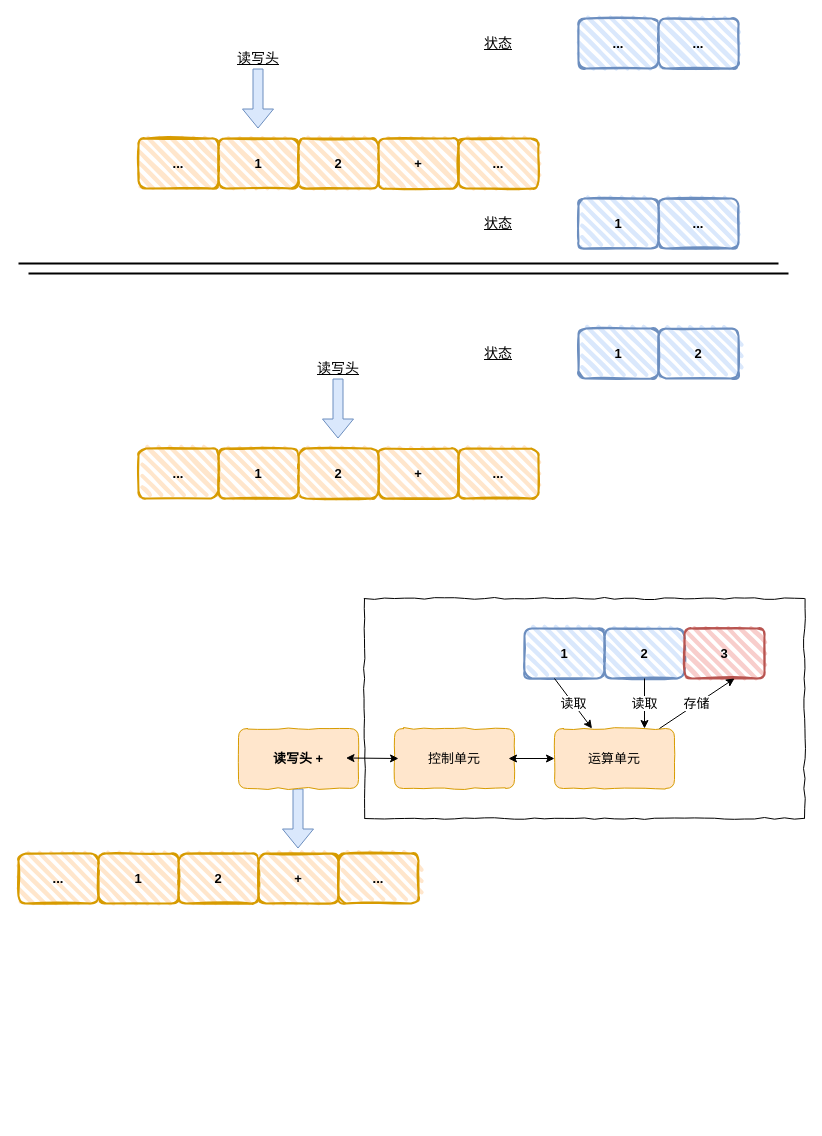
This is Untitled Diagram.drawio from TomatoAres/flow-charts, a draw.io file, before an edit. Source tidied: cells renumbered, new cells numbered last; positions are measured from the earlier drawing's top-left corner, leaving out a move shared by most shapes. Both pictures are drawn from the tidied source at 100%, with x=0, y=0 at pixel (18, 18).
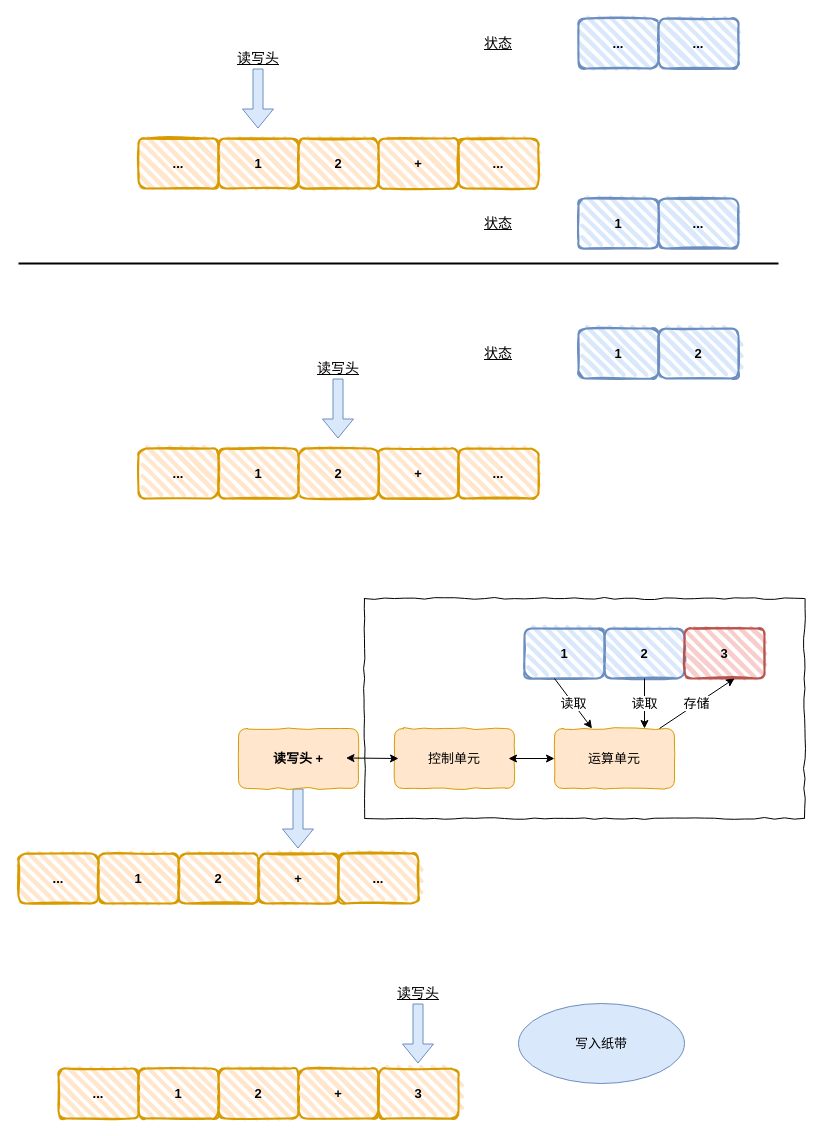
The same diagram, later.

Change to the diagram source:
```diff
@@
-    <mxCell id="34" style="line;strokeWidth=2;html=1;fontSize=13;" parent="1" vertex="1">
-      <mxGeometry x="10" y="250" width="760" height="10" as="geometry" />
-    </mxCell>
@@
-    <mxCell id="36" style="rounded=0;whiteSpace=wrap;html=1;fontSize=13;shadow=0;fillColor=none;comic=1;" parent="1" vertex="1">
+    <mxCell id="36" style="rounded=0;whiteSpace=wrap;html=1;fontSize=13;shadow=0;comic=1;fillColor=none;" parent="1" vertex="1">
       <mxGeometry x="346" y="580" width="440" height="220" as="geometry" />
     </mxCell>
@@
+    <mxCell id="45" value="..." style="rounded=1;whiteSpace=wrap;html=1;strokeWidth=2;fillWeight=4;hachureGap=8;hachureAngle=45;fillColor=#ffe6cc;sketch=1;strokeColor=#d79b00;fontStyle=1;fontSize=13;" parent="1" vertex="1">
+      <mxGeometry x="40" y="1050" width="80" height="50" as="geometry" />
+    </mxCell>
+    <mxCell id="46" value="2" style="rounded=1;whiteSpace=wrap;html=1;strokeWidth=2;fillWeight=4;hachureGap=8;hachureAngle=45;fillColor=#ffe6cc;sketch=1;strokeColor=#d79b00;fontStyle=1;fontSize=13;" parent="1" vertex="1">
+      <mxGeometry x="200" y="1050" width="80" height="50" as="geometry" />
+    </mxCell>
+    <mxCell id="47" value="1" style="rounded=1;whiteSpace=wrap;html=1;strokeWidth=2;fillWeight=4;hachureGap=8;hachureAngle=45;fillColor=#ffe6cc;sketch=1;strokeColor=#d79b00;fontStyle=1;fontSize=13;" parent="1" vertex="1">
+      <mxGeometry x="120" y="1050" width="80" height="50" as="geometry" />
+    </mxCell>
+    <mxCell id="48" value="+" style="rounded=1;whiteSpace=wrap;html=1;strokeWidth=2;fillWeight=4;hachureGap=8;hachureAngle=45;fillColor=#ffe6cc;sketch=1;strokeColor=#d79b00;fontStyle=1;fontSize=13;" parent="1" vertex="1">
+      <mxGeometry x="280" y="1050" width="80" height="50" as="geometry" />
+    </mxCell>
+    <mxCell id="49" value="3" style="rounded=1;whiteSpace=wrap;html=1;strokeWidth=2;fillWeight=4;hachureGap=8;hachureAngle=45;fillColor=#ffe6cc;sketch=1;strokeColor=#d79b00;fontStyle=1;fontSize=13;" parent="1" vertex="1">
+      <mxGeometry x="360" y="1050" width="80" height="50" as="geometry" />
+    </mxCell>
+    <mxCell id="50" style="shape=flexArrow;endArrow=classic;html=1;fillColor=#dae8fc;strokeColor=#6c8ebf;" parent="1" edge="1">
+      <mxGeometry relative="1" as="geometry">
+        <mxPoint x="399.5" y="985" as="sourcePoint" />
+        <mxPoint x="399.5" y="1045" as="targetPoint" />
+      </mxGeometry>
+    </mxCell>
+    <mxCell id="51" value="读写头" style="text;html=1;strokeColor=none;fillColor=none;align=center;verticalAlign=middle;whiteSpace=wrap;rounded=0;fontSize=14;fontStyle=4;horizontal=1;" parent="1" vertex="1">
+      <mxGeometry x="360" y="965" width="80" height="20" as="geometry" />
+    </mxCell>
+    <mxCell id="52" value="写入纸带" style="ellipse;whiteSpace=wrap;html=1;shadow=0;comic=0;fontSize=13;fillColor=#dae8fc;strokeColor=#6c8ebf;" parent="1" vertex="1">
+      <mxGeometry x="500" y="985" width="166" height="80" as="geometry" />
+    </mxCell>
```
